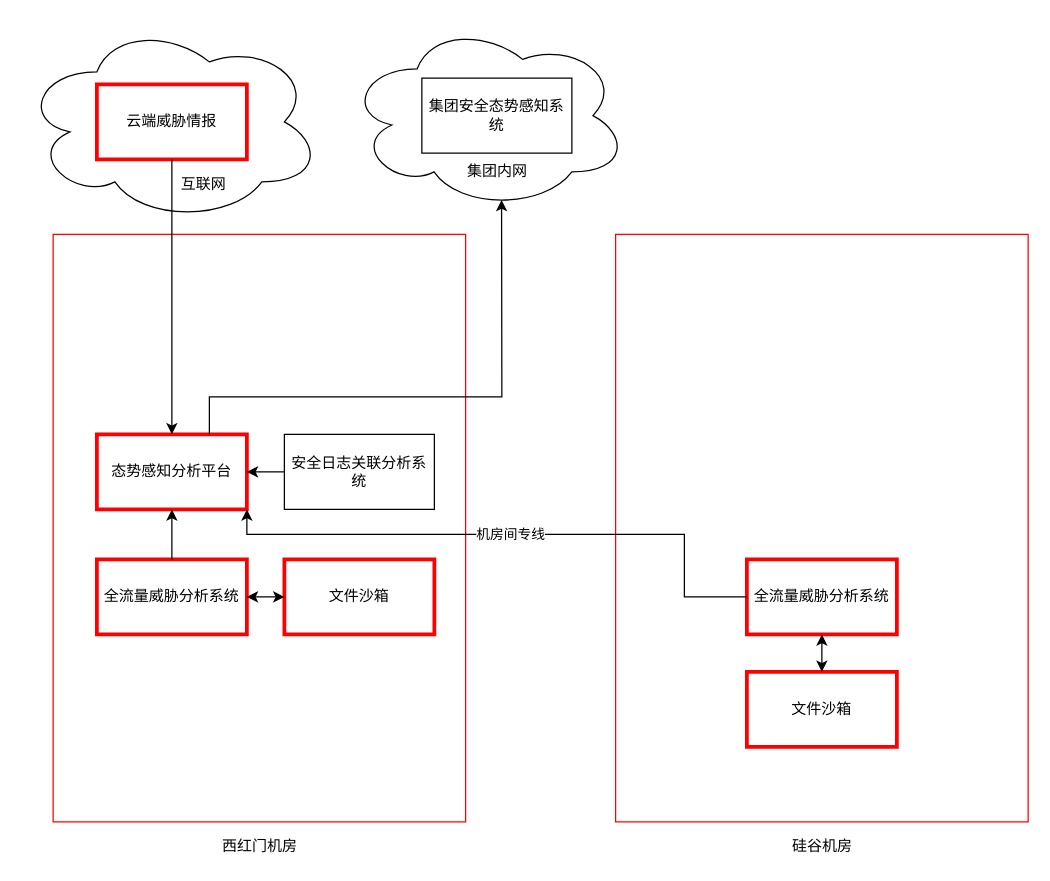
Earlier version of the draw.io diagram 态势感知系统.drawio (razor/1102_decoration). Source tidied: cells renumbered, new cells numbered last; positions are measured from the earlier drawing's top-left corner, leaving out a move shared by most shapes. Both pictures are drawn from the tidied source at 125%, with x=0, y=0 at pixel (21, 21).
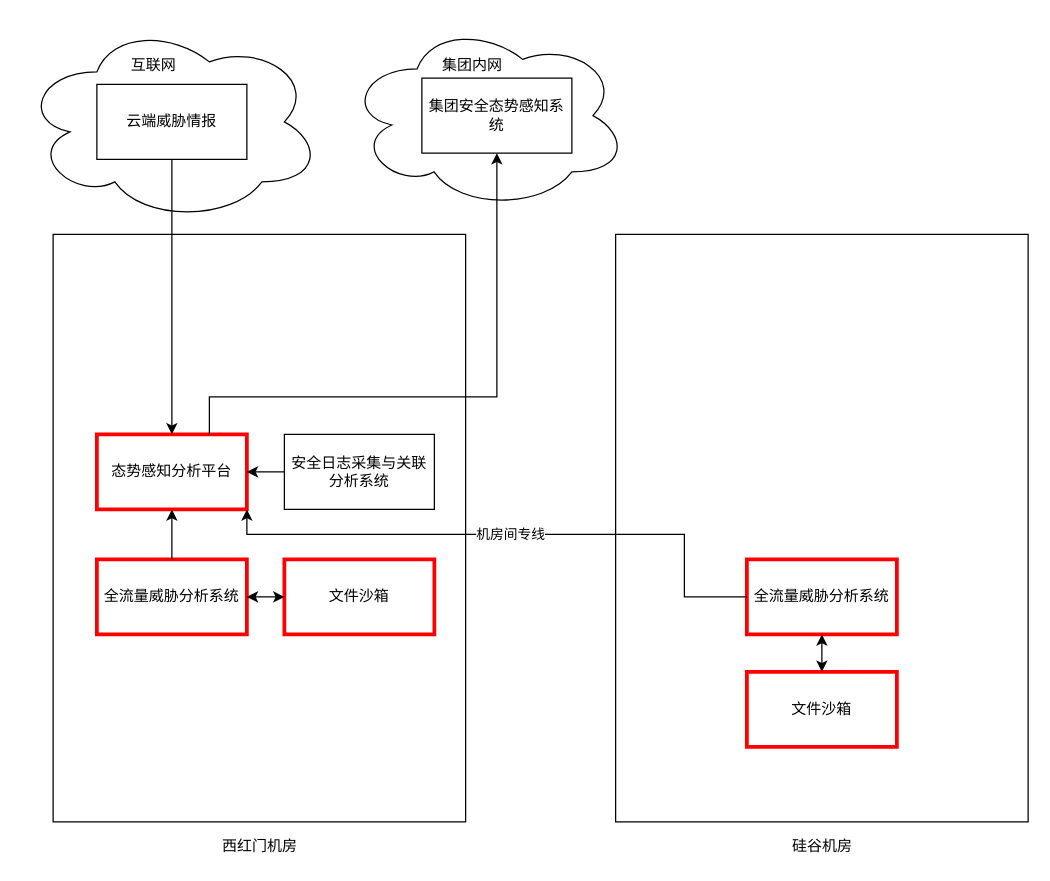
The same diagram, later.

Commit message (it also covers changes not shown here):
Update 态势感知系统.drawio

Unchanged cells that the change refers to:
```xml
<mxCell id="5" value="态势感知分析平台" style="rounded=0;whiteSpace=wrap;html=1;strokeColor=#FF0000;strokeWidth=3;" parent="1" vertex="1">
  <mxGeometry x="60" y="330" width="120" height="60" as="geometry" />
</mxCell>
<mxCell id="21" style="ellipse;shape=cloud;whiteSpace=wrap;html=1;strokeColor=#000000;strokeWidth=1;" parent="1" vertex="1">
  <mxGeometry x="260" width="225" height="150" as="geometry" />
</mxCell>
<mxCell id="24" value="集团安全态势感知系统" style="rounded=0;whiteSpace=wrap;html=1;strokeColor=#000000;strokeWidth=1;" parent="1" vertex="1">
  <mxGeometry x="320" y="45" width="120" height="60" as="geometry" />
</mxCell>
```

Change to the diagram source:
```diff
@@
-    <mxCell id="3" style="rounded=0;whiteSpace=wrap;html=1;strokeColor=#FF0000;strokeWidth=1;" parent="1" vertex="1">
+    <mxCell id="3" style="rounded=0;whiteSpace=wrap;html=1;strokeColor=#000000;strokeWidth=1;" parent="1" vertex="1">
       <mxGeometry x="475" y="170" width="330" height="470" as="geometry" />
     </mxCell>
-    <mxCell id="4" style="rounded=0;whiteSpace=wrap;html=1;strokeColor=#FF0000;strokeWidth=1;" parent="1" vertex="1">
+    <mxCell id="4" style="rounded=0;whiteSpace=wrap;html=1;strokeColor=#000000;strokeWidth=1;" parent="1" vertex="1">
       <mxGeometry x="25" y="170" width="330" height="470" as="geometry" />
     </mxCell>
@@
-    <mxCell id="8" value="云端威胁情报" style="rounded=0;whiteSpace=wrap;html=1;strokeColor=#FF0000;strokeWidth=3;" parent="1" vertex="1">
+    <mxCell id="8" value="云端威胁情报" style="rounded=0;whiteSpace=wrap;html=1;strokeColor=#000000;strokeWidth=1;" parent="1" vertex="1">
       <mxGeometry x="60" y="50" width="120" height="60" as="geometry" />
     </mxCell>
@@
-    <mxCell id="13" value="安全日志关联分析系统" style="rounded=0;whiteSpace=wrap;html=1;strokeColor=#000000;strokeWidth=1;" parent="1" vertex="1">
+    <mxCell id="13" value="安全日志采集与关联分析系统" style="rounded=0;whiteSpace=wrap;html=1;strokeColor=#000000;strokeWidth=1;" parent="1" vertex="1">
       <mxGeometry x="210" y="330" width="120" height="60" as="geometry" />
     </mxCell>
@@
     <mxCell id="22" value="互联网" style="text;html=1;align=center;verticalAlign=middle;strokeColor=none;fillColor=none;" parent="1" vertex="1">
-      <mxGeometry x="120" y="120" width="50" height="20" as="geometry" />
+      <mxGeometry x="80" y="25" width="50" height="20" as="geometry" />
     </mxCell>
     <mxCell id="23" value="集团内网" style="text;html=1;align=center;verticalAlign=middle;strokeColor=none;fillColor=none;" parent="1" vertex="1">
-      <mxGeometry x="350" y="110" width="60" height="20" as="geometry" />
+      <mxGeometry x="330" y="25" width="60" height="20" as="geometry" />
     </mxCell>
@@
-    <mxCell id="25" style="endArrow=classic;html=1;rounded=0;exitX=0.75;exitY=0;exitDx=0;exitDy=0;entryX=0.55;entryY=0.95;entryDx=0;entryDy=0;entryPerimeter=0;" parent="1" edge="1" source="5" target="21">
+    <mxCell id="25" style="endArrow=classic;html=1;rounded=0;exitX=0.75;exitY=0;exitDx=0;exitDy=0;entryX=0.5;entryY=1;entryDx=0;entryDy=0;" parent="1" edge="1" source="5" target="24">
       <mxGeometry relative="1" as="geometry">
         <Array as="points">
           <mxPoint x="150" y="300" />
-          <mxPoint x="384" y="300" />
+          <mxPoint x="380" y="300" />
         </Array>
       </mxGeometry>
     </mxCell>
```
